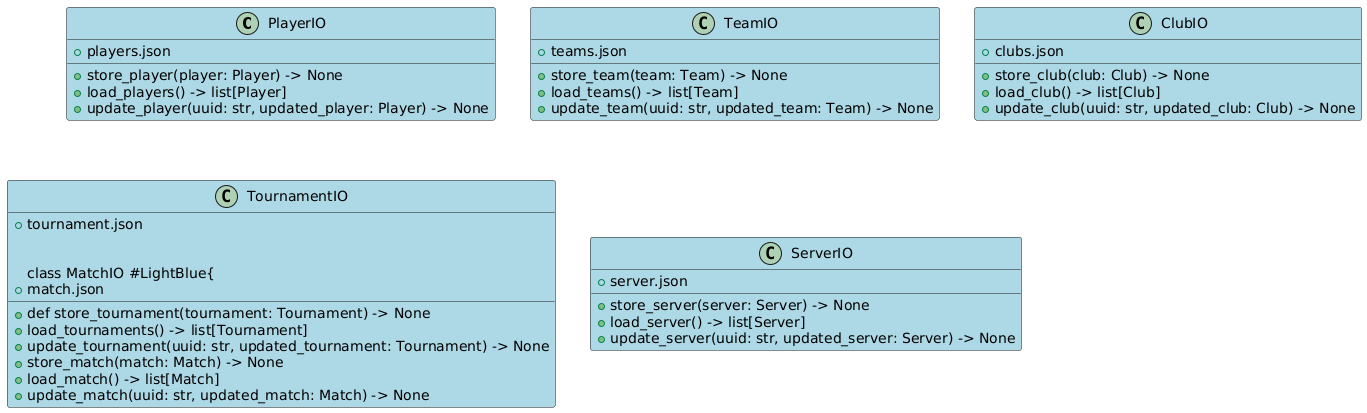
This is designDocument/LaTeX/images/3 Tier Design/IO LAYER.png from kiddiRU/Verk1_H1, a PlantUML export, as it was before one commit.
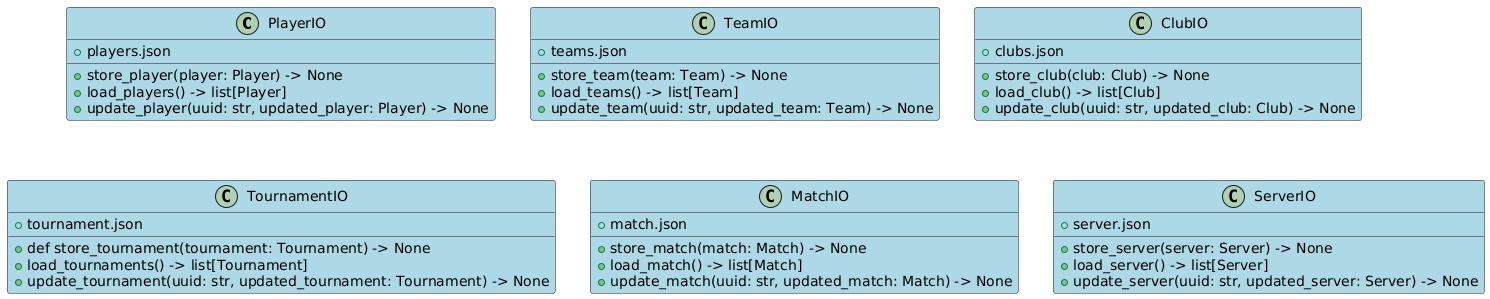
After the change.

What changed in the source:
```diff
@@ -29,6 +29,7 @@
 + def store_tournament(tournament: Tournament) -> None
 + load_tournaments() -> list[Tournament]
 + update_tournament(uuid: str, updated_tournament: Tournament) -> None
+}
 
 class MatchIO #LightBlue{
 + match.json
```
